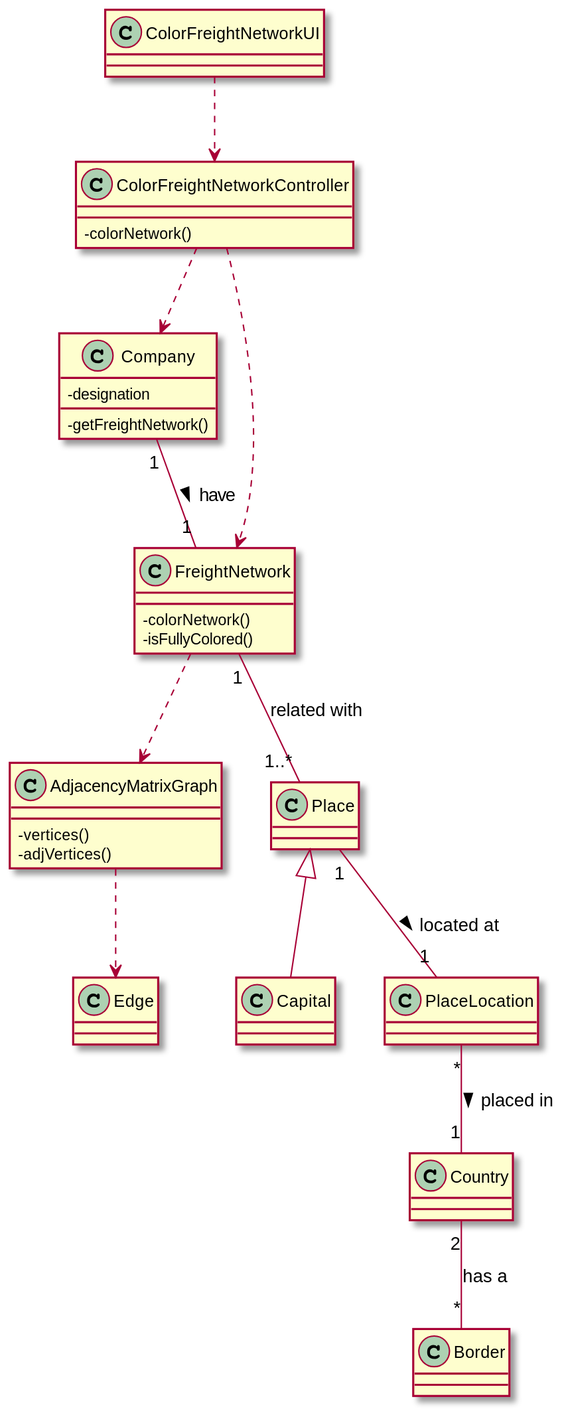
This is docs/US302/US302_CD.svg from 0franciscor/lapr3-2021-g042, a PlantUML export, as it was before one commit.
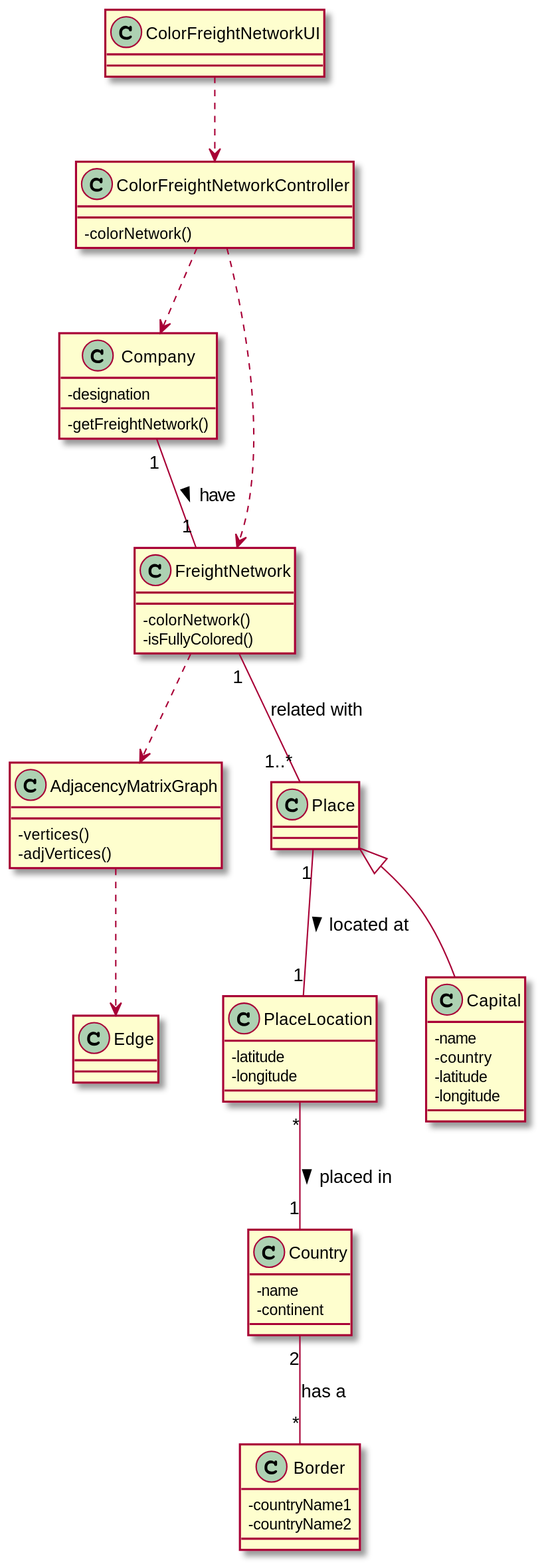
The same diagram one commit later.

What changed in the source:
```diff
@@ -28,6 +28,39 @@
 
 
 
+
+class Country {
+-name
+-continent
+}
+
+class PlaceLocation {
+-latitude
+-longitude
+}
+
+class Capital{
+-name
+-country
+-latitude
+-longitude
+}
+
+class Place {
+
+}
+
+class Border {
+-countryName1
+-countryName2
+}
+
+
+class Edge {
+
+}
+
+
 ColorFreightNetworkUI ..> ColorFreightNetworkController
 
 ColorFreightNetworkController ..> Company
```
